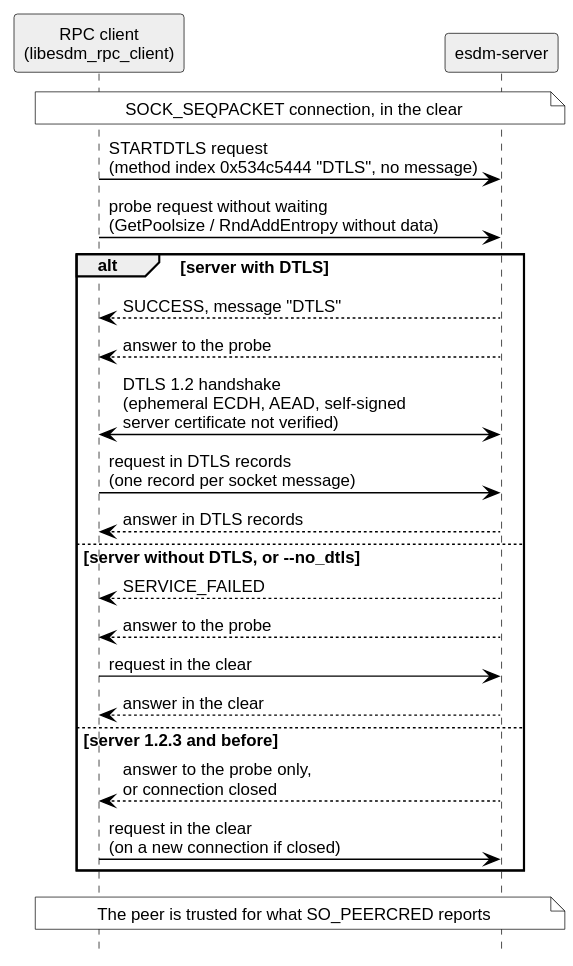
Earlier version of the PlantUML export doc/typst/figures/dtls-handshake.svg (thillux/esdm). Its diagram source:
```plantuml
@startuml
skinparam defaultFontName "Liberation Sans"
skinparam defaultFontSize 12
skinparam shadowing false
skinparam ArrowColor #000000
skinparam SequenceLifeLineBorderColor #000000
skinparam ParticipantBorderColor #000000
skinparam ParticipantBackgroundColor #EEEEEE
skinparam NoteBackgroundColor #FFFFFF
skinparam NoteBorderColor #000000
hide footbox

participant "RPC client\n(libesdm_rpc_client)" as C
participant "esdm-server" as S

note over C, S: SOCK_SEQPACKET connection, in the clear
C -> S: STARTDTLS request\n(method index 0x534c5444 "DTLS", no message)
C -> S: probe request without waiting\n(GetPoolsize / RndAddEntropy without data)
alt server with DTLS
  S --> C: SUCCESS, message "DTLS"
  S --> C: answer to the probe
  C <-> S: DTLS 1.2 handshake\n(ephemeral ECDH, AEAD, self-signed\nserver certificate not verified)
  C -> S: request in DTLS records\n(one record per socket message)
  S --> C: answer in DTLS records
else server without DTLS, or --no_dtls
  S --> C: SERVICE_FAILED
  S --> C: answer to the probe
  C -> S: request in the clear
  S --> C: answer in the clear
else server 1.2.3 and before
  S --> C: answer to the probe only,\nor connection closed
  C -> S: request in the clear\n(on a new connection if closed)
end
note over C, S: The peer is trusted for what SO_PEERCRED reports
@enduml
```
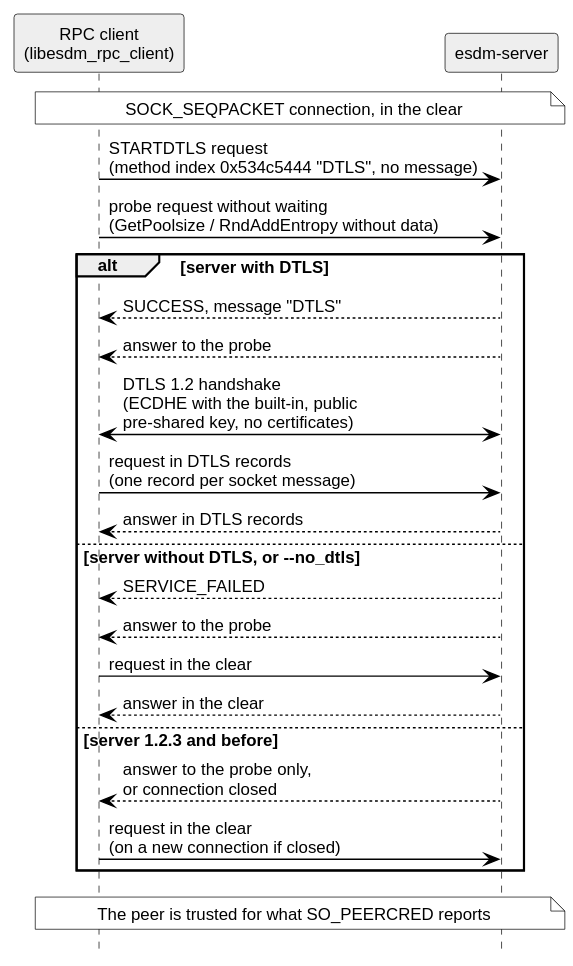
After the change.

Commit message:
dtls: describe the pre-shared key and the suites of the DTLS

The edit, as a diff of the source:
```diff
@@ -19,7 +19,7 @@
 alt server with DTLS
   S --> C: SUCCESS, message "DTLS"
   S --> C: answer to the probe
-  C <-> S: DTLS 1.2 handshake\n(ephemeral ECDH, AEAD, self-signed\nserver certificate not verified)
+  C <-> S: DTLS 1.2 handshake\n(ECDHE with the built-in, public\npre-shared key, no certificates)
   C -> S: request in DTLS records\n(one record per socket message)
   S --> C: answer in DTLS records
 else server without DTLS, or --no_dtls
```
